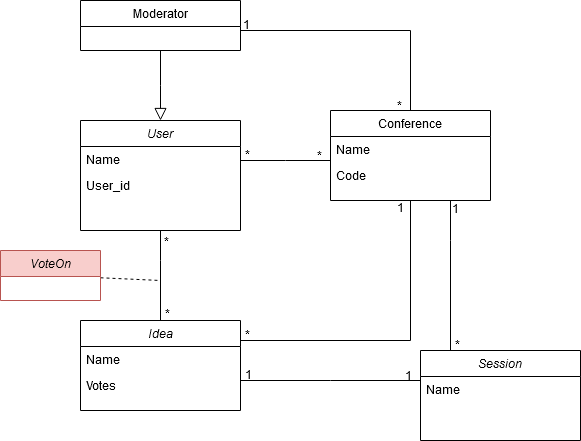
Earlier version of the draw.io export docs/images/ProblemDomain.png (FEUP-ESOF-2020-21/open-cx-t5g1-wevotewetalk). Source tidied: cells renumbered, new cells last; positions are measured from the earlier drawing's top-left corner, leaving out a move shared by most shapes. The source it was exported from:
```xml
<mxGraphModel>
  <root>
    <mxCell id="0" />
    <mxCell id="1" parent="0" />
    <mxCell id="2" value="User" style="swimlane;fontStyle=2;align=center;verticalAlign=top;horizontal=1;startSize=26;rounded=0;shadow=0;strokeWidth=1;" parent="1" vertex="1">
      <mxGeometry x="80" y="120" width="160" height="110" as="geometry" />
    </mxCell>
    <mxCell id="3" value="Name" style="text;align=left;verticalAlign=top;spacingLeft=4;spacingRight=4;overflow=hidden;" parent="2" vertex="1">
      <mxGeometry y="26" width="160" height="26" as="geometry" />
    </mxCell>
    <mxCell id="4" value="User_id" style="text;align=left;verticalAlign=top;spacingLeft=4;spacingRight=4;overflow=hidden;rounded=0;shadow=0;html=0;" parent="2" vertex="1">
      <mxGeometry y="52" width="160" height="26" as="geometry" />
    </mxCell>
    <mxCell id="5" value="Moderator" style="swimlane;fontStyle=0;align=center;verticalAlign=top;horizontal=1;startSize=26;rounded=0;shadow=0;strokeWidth=1;" parent="1" vertex="1">
      <mxGeometry x="80" width="160" height="50" as="geometry" />
    </mxCell>
    <mxCell id="6" style="endArrow=block;endSize=10;endFill=0;shadow=0;strokeWidth=1;rounded=0;edgeStyle=elbowEdgeStyle;elbow=vertical;" parent="1" edge="1" source="5" target="2">
      <mxGeometry relative="1" as="geometry" />
    </mxCell>
    <mxCell id="7" value="Conference" style="swimlane;fontStyle=0;align=center;verticalAlign=top;horizontal=1;startSize=26;rounded=0;shadow=0;strokeWidth=1;" parent="1" vertex="1">
      <mxGeometry x="330" y="110" width="160" height="90" as="geometry" />
    </mxCell>
    <mxCell id="8" value="Name" style="text;align=left;verticalAlign=top;spacingLeft=4;spacingRight=4;overflow=hidden;" parent="7" vertex="1">
      <mxGeometry y="26" width="160" height="26" as="geometry" />
    </mxCell>
    <mxCell id="9" value="Code" style="text;align=left;verticalAlign=top;spacingLeft=4;spacingRight=4;overflow=hidden;" parent="7" vertex="1">
      <mxGeometry y="52" width="160" height="26" as="geometry" />
    </mxCell>
    <mxCell id="10" style="endArrow=none;shadow=0;strokeWidth=1;rounded=0;endFill=0;edgeStyle=elbowEdgeStyle;elbow=vertical;" parent="1" edge="1" source="2" target="7">
      <mxGeometry x="0.5" y="41" relative="1" as="geometry">
        <mxPoint x="-40" y="32" as="offset" />
      </mxGeometry>
    </mxCell>
    <mxCell id="11" value="*" style="align=left;verticalAlign=bottom;labelBackgroundColor=none;fontSize=12;" parent="10" vertex="1">
      <mxGeometry x="-1" relative="1" as="geometry">
        <mxPoint x="3" y="3" as="offset" />
      </mxGeometry>
    </mxCell>
    <mxCell id="12" value="*" style="align=right;verticalAlign=bottom;labelBackgroundColor=none;fontSize=12;" parent="10" vertex="1">
      <mxGeometry x="1" relative="1" as="geometry">
        <mxPoint x="-7" y="4" as="offset" />
      </mxGeometry>
    </mxCell>
    <mxCell id="13" value="Session" style="swimlane;fontStyle=2;align=center;verticalAlign=top;horizontal=1;startSize=26;rounded=0;shadow=0;strokeWidth=1;" parent="1" vertex="1">
      <mxGeometry x="420" y="350" width="160" height="90" as="geometry" />
    </mxCell>
    <mxCell id="14" value="Name" style="text;align=left;verticalAlign=top;spacingLeft=4;spacingRight=4;overflow=hidden;" parent="13" vertex="1">
      <mxGeometry y="26" width="160" height="26" as="geometry" />
    </mxCell>
    <mxCell id="15" style="endArrow=none;shadow=0;strokeWidth=1;rounded=0;endFill=0;edgeStyle=elbowEdgeStyle;elbow=vertical;" parent="1" edge="1" source="5" target="7">
      <mxGeometry x="0.5" y="41" relative="1" as="geometry">
        <Array as="points">
          <mxPoint x="300" y="30" />
          <mxPoint x="280" y="194" />
          <mxPoint x="310" y="234" />
          <mxPoint x="330" y="110" />
          <mxPoint x="330" y="240" />
          <mxPoint x="330" y="210" />
          <mxPoint x="280" y="234" />
        </Array>
        <mxPoint x="-40" y="32" as="offset" />
      </mxGeometry>
    </mxCell>
    <mxCell id="16" value="1" style="align=left;verticalAlign=bottom;labelBackgroundColor=none;fontSize=12;" parent="15" vertex="1">
      <mxGeometry x="-1" relative="1" as="geometry">
        <mxPoint x="1" y="3" as="offset" />
      </mxGeometry>
    </mxCell>
    <mxCell id="17" value="*" style="align=right;verticalAlign=bottom;labelBackgroundColor=none;fontSize=12;" parent="15" vertex="1">
      <mxGeometry x="1" relative="1" as="geometry">
        <mxPoint x="-7" y="4" as="offset" />
      </mxGeometry>
    </mxCell>
    <mxCell id="18" style="endArrow=none;shadow=0;strokeWidth=1;rounded=0;endFill=0;edgeStyle=elbowEdgeStyle;elbow=vertical;" parent="1" edge="1" source="13" target="7">
      <mxGeometry x="0.5" y="41" relative="1" as="geometry">
        <Array as="points">
          <mxPoint x="450" y="240" />
        </Array>
        <mxPoint x="-40" y="32" as="offset" />
      </mxGeometry>
    </mxCell>
    <mxCell id="19" value="*" style="align=left;verticalAlign=bottom;labelBackgroundColor=none;fontSize=12;" parent="18" vertex="1">
      <mxGeometry x="-1" relative="1" as="geometry">
        <mxPoint x="3" y="3" as="offset" />
      </mxGeometry>
    </mxCell>
    <mxCell id="20" value="1" style="align=right;verticalAlign=bottom;labelBackgroundColor=none;fontSize=12;" parent="18" vertex="1">
      <mxGeometry x="1" relative="1" as="geometry">
        <mxPoint x="10" y="17" as="offset" />
      </mxGeometry>
    </mxCell>
    <mxCell id="21" value="Idea" style="swimlane;fontStyle=2;align=center;verticalAlign=top;horizontal=1;startSize=26;rounded=0;shadow=0;strokeWidth=1;" parent="1" vertex="1">
      <mxGeometry x="80" y="320" width="160" height="90" as="geometry" />
    </mxCell>
    <mxCell id="22" value="Name" style="text;align=left;verticalAlign=top;spacingLeft=4;spacingRight=4;overflow=hidden;" parent="21" vertex="1">
      <mxGeometry y="26" width="160" height="26" as="geometry" />
    </mxCell>
    <mxCell id="23" value="Votes" style="text;align=left;verticalAlign=top;spacingLeft=4;spacingRight=4;overflow=hidden;rounded=0;shadow=0;html=0;" parent="21" vertex="1">
      <mxGeometry y="52" width="160" height="26" as="geometry" />
    </mxCell>
    <mxCell id="24" style="endArrow=none;shadow=0;strokeWidth=1;rounded=0;endFill=0;edgeStyle=elbowEdgeStyle;elbow=vertical;" parent="1" edge="1" source="21" target="7">
      <mxGeometry x="0.5" y="41" relative="1" as="geometry">
        <Array as="points">
          <mxPoint x="310" y="340" />
          <mxPoint x="390" y="290" />
          <mxPoint x="300" y="340" />
          <mxPoint x="390" y="280" />
          <mxPoint x="320" y="365" />
          <mxPoint x="390" y="240" />
          <mxPoint x="240" y="280" />
          <mxPoint x="290" y="240" />
        </Array>
        <mxPoint x="-40" y="32" as="offset" />
      </mxGeometry>
    </mxCell>
    <mxCell id="25" value="*" style="align=left;verticalAlign=bottom;labelBackgroundColor=none;fontSize=12;" parent="24" vertex="1">
      <mxGeometry x="-1" relative="1" as="geometry">
        <mxPoint x="3" y="3" as="offset" />
      </mxGeometry>
    </mxCell>
    <mxCell id="26" value="1" style="align=right;verticalAlign=bottom;labelBackgroundColor=none;fontSize=12;" parent="24" vertex="1">
      <mxGeometry x="1" relative="1" as="geometry">
        <mxPoint x="-5" y="16" as="offset" />
      </mxGeometry>
    </mxCell>
    <mxCell id="27" style="endArrow=none;shadow=0;strokeWidth=1;rounded=0;endFill=0;edgeStyle=elbowEdgeStyle;elbow=vertical;" parent="1" edge="1" source="21" target="2">
      <mxGeometry x="0.5" y="41" relative="1" as="geometry">
        <Array as="points">
          <mxPoint x="160" y="260" />
          <mxPoint x="150" y="270" />
          <mxPoint x="160" y="270" />
        </Array>
        <mxPoint x="-40" y="32" as="offset" />
      </mxGeometry>
    </mxCell>
    <mxCell id="28" value="*" style="align=left;verticalAlign=bottom;labelBackgroundColor=none;fontSize=12;" parent="27" vertex="1">
      <mxGeometry x="-1" relative="1" as="geometry">
        <mxPoint x="3" y="2" as="offset" />
      </mxGeometry>
    </mxCell>
    <mxCell id="29" value="*" style="align=right;verticalAlign=bottom;labelBackgroundColor=none;fontSize=12;" parent="27" vertex="1">
      <mxGeometry x="1" relative="1" as="geometry">
        <mxPoint x="10" y="20" as="offset" />
      </mxGeometry>
    </mxCell>
    <mxCell id="30" style="endArrow=none;dashed=1;html=1;" parent="1" edge="1" source="31">
      <mxGeometry relative="1" as="geometry">
        <mxPoint x="160" y="280" as="targetPoint" />
      </mxGeometry>
    </mxCell>
    <mxCell id="31" value="VoteOn" style="swimlane;fontStyle=2;align=center;verticalAlign=top;horizontal=1;startSize=26;rounded=0;shadow=0;strokeWidth=1;fillColor=#f8cecc;strokeColor=#b85450;" parent="1" vertex="1">
      <mxGeometry y="250" width="100" height="50" as="geometry" />
    </mxCell>
    <mxCell id="32" style="endArrow=none;shadow=0;strokeWidth=1;rounded=0;endFill=0;edgeStyle=elbowEdgeStyle;elbow=vertical;" parent="1" edge="1" source="21" target="13">
      <mxGeometry x="0.5" y="41" relative="1" as="geometry">
        <mxPoint x="-40" y="32" as="offset" />
      </mxGeometry>
    </mxCell>
    <mxCell id="33" value="1" style="align=left;verticalAlign=bottom;labelBackgroundColor=none;fontSize=12;" parent="32" vertex="1">
      <mxGeometry x="-1" relative="1" as="geometry">
        <mxPoint x="3" y="3" as="offset" />
      </mxGeometry>
    </mxCell>
    <mxCell id="34" value="1" style="align=right;verticalAlign=bottom;labelBackgroundColor=none;fontSize=12;" parent="32" vertex="1">
      <mxGeometry x="1" relative="1" as="geometry">
        <mxPoint x="-7" y="4" as="offset" />
      </mxGeometry>
    </mxCell>
  </root>
</mxGraphModel>
```
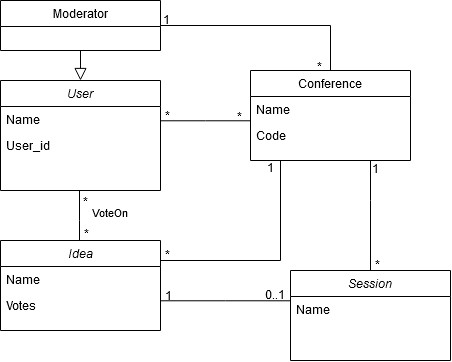
After the commit.

Commit message:
updated problem domain diagram

What changed in the source:
```diff
@@ -12,7 +12,7 @@
       <mxGeometry y="52" width="160" height="26" as="geometry" />
     </mxCell>
     <mxCell id="5" value="Moderator" style="swimlane;fontStyle=0;align=center;verticalAlign=top;horizontal=1;startSize=26;rounded=0;shadow=0;strokeWidth=1;" parent="1" vertex="1">
-      <mxGeometry x="80" width="160" height="50" as="geometry" />
+      <mxGeometry x="80" y="40" width="160" height="50" as="geometry" />
     </mxCell>
     <mxCell id="6" style="endArrow=block;endSize=10;endFill=0;shadow=0;strokeWidth=1;rounded=0;edgeStyle=elbowEdgeStyle;elbow=vertical;" parent="1" edge="1" source="5" target="2">
       <mxGeometry relative="1" as="geometry" />
@@ -42,7 +42,7 @@
       </mxGeometry>
     </mxCell>
     <mxCell id="13" value="Session" style="swimlane;fontStyle=2;align=center;verticalAlign=top;horizontal=1;startSize=26;rounded=0;shadow=0;strokeWidth=1;" parent="1" vertex="1">
-      <mxGeometry x="420" y="350" width="160" height="90" as="geometry" />
+      <mxGeometry x="370" y="310" width="160" height="90" as="geometry" />
     </mxCell>
     <mxCell id="14" value="Name" style="text;align=left;verticalAlign=top;spacingLeft=4;spacingRight=4;overflow=hidden;" parent="13" vertex="1">
       <mxGeometry y="26" width="160" height="26" as="geometry" />
@@ -50,6 +50,7 @@
     <mxCell id="15" style="endArrow=none;shadow=0;strokeWidth=1;rounded=0;endFill=0;edgeStyle=elbowEdgeStyle;elbow=vertical;" parent="1" edge="1" source="5" target="7">
       <mxGeometry x="0.5" y="41" relative="1" as="geometry">
         <Array as="points">
+          <mxPoint x="310" y="65" />
           <mxPoint x="300" y="30" />
           <mxPoint x="280" y="194" />
           <mxPoint x="310" y="234" />
@@ -90,7 +91,7 @@
       </mxGeometry>
     </mxCell>
     <mxCell id="21" value="Idea" style="swimlane;fontStyle=2;align=center;verticalAlign=top;horizontal=1;startSize=26;rounded=0;shadow=0;strokeWidth=1;" parent="1" vertex="1">
-      <mxGeometry x="80" y="320" width="160" height="90" as="geometry" />
+      <mxGeometry x="80" y="280" width="160" height="90" as="geometry" />
     </mxCell>
     <mxCell id="22" value="Name" style="text;align=left;verticalAlign=top;spacingLeft=4;spacingRight=4;overflow=hidden;" parent="21" vertex="1">
       <mxGeometry y="26" width="160" height="26" as="geometry" />
@@ -101,6 +102,9 @@
     <mxCell id="24" style="endArrow=none;shadow=0;strokeWidth=1;rounded=0;endFill=0;edgeStyle=elbowEdgeStyle;elbow=vertical;" parent="1" edge="1" source="21" target="7">
       <mxGeometry x="0.5" y="41" relative="1" as="geometry">
         <Array as="points">
+          <mxPoint x="360" y="300" />
+          <mxPoint x="370" y="250" />
+          <mxPoint x="340" y="300" />
           <mxPoint x="310" y="340" />
           <mxPoint x="390" y="290" />
           <mxPoint x="300" y="340" />
@@ -123,14 +127,13 @@
         <mxPoint x="-5" y="16" as="offset" />
       </mxGeometry>
     </mxCell>
-    <mxCell id="27" style="endArrow=none;shadow=0;strokeWidth=1;rounded=0;endFill=0;edgeStyle=elbowEdgeStyle;elbow=vertical;" parent="1" edge="1" source="21" target="2">
-      <mxGeometry x="0.5" y="41" relative="1" as="geometry">
+    <mxCell id="27" value="VoteOn" style="endArrow=none;shadow=0;strokeWidth=1;rounded=0;endFill=0;edgeStyle=elbowEdgeStyle;elbow=vertical;" parent="1" edge="1" source="21" target="2">
+      <mxGeometry x="0.11" y="-31" relative="1" as="geometry">
         <Array as="points">
-          <mxPoint x="160" y="260" />
-          <mxPoint x="150" y="270" />
-          <mxPoint x="160" y="270" />
+          <mxPoint x="159" y="260" />
+          <mxPoint x="149" y="270" />
+          <mxPoint x="159" y="270" />
         </Array>
-        <mxPoint x="-40" y="32" as="offset" />
       </mxGeometry>
     </mxCell>
     <mxCell id="28" value="*" style="align=left;verticalAlign=bottom;labelBackgroundColor=none;fontSize=12;" parent="27" vertex="1">
@@ -143,14 +146,6 @@
         <mxPoint x="10" y="20" as="offset" />
       </mxGeometry>
     </mxCell>
-    <mxCell id="30" style="endArrow=none;dashed=1;html=1;" parent="1" edge="1" source="31">
-      <mxGeometry relative="1" as="geometry">
-        <mxPoint x="160" y="280" as="targetPoint" />
-      </mxGeometry>
-    </mxCell>
-    <mxCell id="31" value="VoteOn" style="swimlane;fontStyle=2;align=center;verticalAlign=top;horizontal=1;startSize=26;rounded=0;shadow=0;strokeWidth=1;fillColor=#f8cecc;strokeColor=#b85450;" parent="1" vertex="1">
-      <mxGeometry y="250" width="100" height="50" as="geometry" />
-    </mxCell>
     <mxCell id="32" style="endArrow=none;shadow=0;strokeWidth=1;rounded=0;endFill=0;edgeStyle=elbowEdgeStyle;elbow=vertical;" parent="1" edge="1" source="21" target="13">
       <mxGeometry x="0.5" y="41" relative="1" as="geometry">
         <mxPoint x="-40" y="32" as="offset" />
@@ -161,9 +156,9 @@
         <mxPoint x="3" y="3" as="offset" />
       </mxGeometry>
     </mxCell>
-    <mxCell id="34" value="1" style="align=right;verticalAlign=bottom;labelBackgroundColor=none;fontSize=12;" parent="32" vertex="1">
+    <mxCell id="34" value="0..1" style="align=right;verticalAlign=bottom;labelBackgroundColor=none;fontSize=12;" parent="32" vertex="1">
       <mxGeometry x="1" relative="1" as="geometry">
-        <mxPoint x="-7" y="4" as="offset" />
+        <mxPoint x="-4" y="2" as="offset" />
       </mxGeometry>
     </mxCell>
   </root>
```
